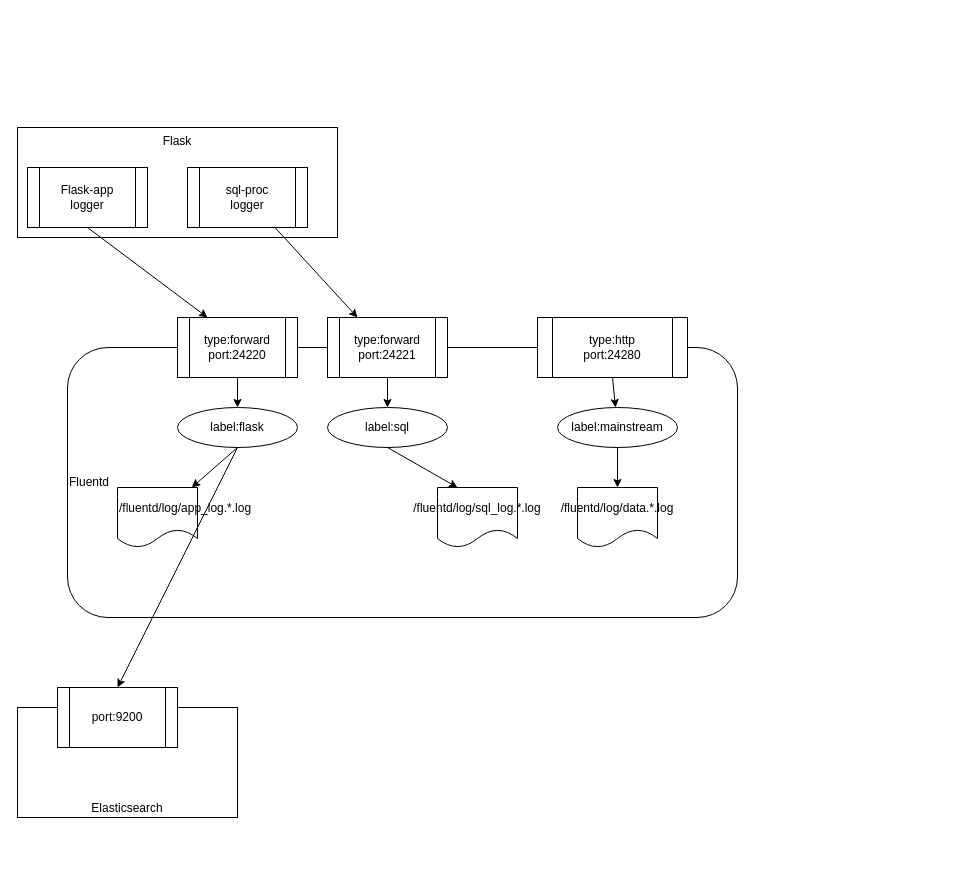
Above: page "MonitoringArchitecture" (2 of 2) of basic_system.drawio in kayaru28/drawio (draw.io), before the change. Source tidied: cells renumbered, new cells numbered last; positions are measured from the earlier drawing's top-left corner, leaving out a move shared by most shapes. Both pictures are drawn from the tidied source at 100%, with x=0, y=0 at pixel (17, 127).
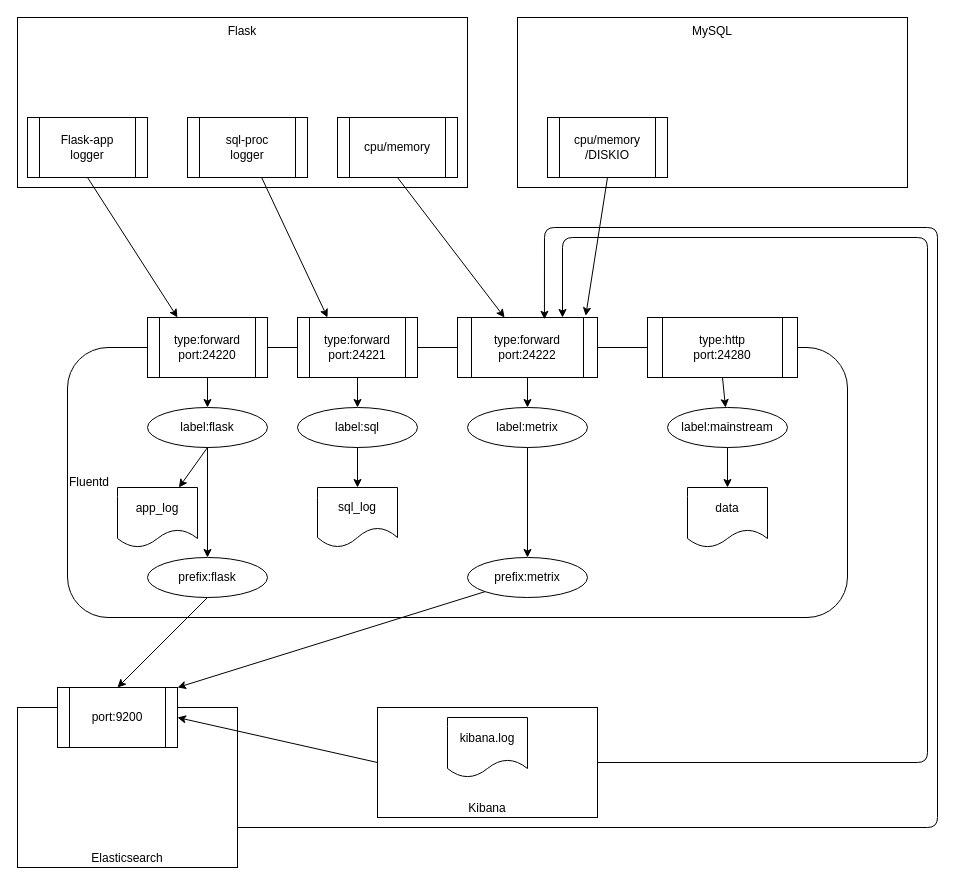
After the change.

The change refers to these unchanged cells:
```xml
<mxCell id="24" value="&lt;div&gt;port:9200&lt;/div&gt;" style="shape=process;whiteSpace=wrap;html=1;backgroundOutline=1;" parent="1" vertex="1">
  <mxGeometry x="40" y="560" width="120" height="60" as="geometry" />
</mxCell>
```

Diff of the diagram source:
```diff
@@
     <mxCell id="2" value="Fluentd" style="rounded=1;whiteSpace=wrap;html=1;align=left;" parent="1" vertex="1">
-      <mxGeometry x="50" y="220" width="670" height="270" as="geometry" />
+      <mxGeometry x="50" y="220" width="780" height="270" as="geometry" />
     </mxCell>
     <mxCell id="3" value="Flask" style="rounded=0;whiteSpace=wrap;html=1;labelPosition=center;verticalLabelPosition=middle;align=center;verticalAlign=top;" parent="1" vertex="1">
-      <mxGeometry width="320" height="110" as="geometry" />
+      <mxGeometry y="-110" width="450" height="170" as="geometry" />
     </mxCell>
     <mxCell id="4" value="&lt;div&gt;Flask-app&lt;/div&gt;&lt;div&gt;logger&lt;br&gt;&lt;/div&gt;" style="shape=process;whiteSpace=wrap;html=1;backgroundOutline=1;" parent="1" vertex="1">
-      <mxGeometry x="10" y="40" width="120" height="60" as="geometry" />
+      <mxGeometry x="10" y="-10" width="120" height="60" as="geometry" />
     </mxCell>
     <mxCell id="5" value="&lt;div&gt;type:forward&lt;/div&gt;&lt;div&gt;port:24220&lt;/div&gt;" style="shape=process;whiteSpace=wrap;html=1;backgroundOutline=1;" parent="1" vertex="1">
-      <mxGeometry x="160" y="190" width="120" height="60" as="geometry" />
+      <mxGeometry x="130" y="190" width="120" height="60" as="geometry" />
     </mxCell>
     <mxCell id="6" value="&lt;div&gt;type:forward&lt;/div&gt;&lt;div&gt;port:24221&lt;/div&gt;" style="shape=process;whiteSpace=wrap;html=1;backgroundOutline=1;" parent="1" vertex="1">
-      <mxGeometry x="310" y="190" width="120" height="60" as="geometry" />
+      <mxGeometry x="280" y="190" width="120" height="60" as="geometry" />
     </mxCell>
     <mxCell id="7" value="&lt;div&gt;sql-proc&lt;/div&gt;&lt;div&gt;logger&lt;br&gt;&lt;/div&gt;" style="shape=process;whiteSpace=wrap;html=1;backgroundOutline=1;" parent="1" vertex="1">
-      <mxGeometry x="170" y="40" width="120" height="60" as="geometry" />
+      <mxGeometry x="170" y="-10" width="120" height="60" as="geometry" />
     </mxCell>
@@
     <mxCell id="10" value="&lt;div&gt;type:http&lt;/div&gt;&lt;div&gt;port:24280&lt;/div&gt;" style="shape=process;whiteSpace=wrap;html=1;backgroundOutline=1;" parent="1" vertex="1">
-      <mxGeometry x="520" y="190" width="150" height="60" as="geometry" />
+      <mxGeometry x="630" y="190" width="150" height="60" as="geometry" />
     </mxCell>
     <mxCell id="11" value="label:flask" style="ellipse;whiteSpace=wrap;html=1;align=center;" parent="1" vertex="1">
-      <mxGeometry x="160" y="280" width="120" height="40" as="geometry" />
+      <mxGeometry x="130" y="280" width="120" height="40" as="geometry" />
     </mxCell>
     <mxCell id="12" value="label:sql" style="ellipse;whiteSpace=wrap;html=1;align=center;" parent="1" vertex="1">
-      <mxGeometry x="310" y="280" width="120" height="40" as="geometry" />
+      <mxGeometry x="280" y="280" width="120" height="40" as="geometry" />
     </mxCell>
     <mxCell id="13" value="label:mainstream" style="ellipse;whiteSpace=wrap;html=1;align=center;" parent="1" vertex="1">
-      <mxGeometry x="540" y="280" width="120" height="40" as="geometry" />
+      <mxGeometry x="650" y="280" width="120" height="40" as="geometry" />
     </mxCell>
@@
-    <mxCell id="17" value="&lt;div align=&quot;left&quot;&gt;/fluentd/log/app_log.*.log&lt;/div&gt;" style="shape=document;whiteSpace=wrap;html=1;boundedLbl=1;align=left;" parent="1" vertex="1">
+    <mxCell id="17" value="&lt;div&gt;app_log&lt;/div&gt;" style="shape=document;whiteSpace=wrap;html=1;boundedLbl=1;align=center;" parent="1" vertex="1">
       <mxGeometry x="100" y="360" width="80" height="60" as="geometry" />
     </mxCell>
@@
-    <mxCell id="19" value="/fluentd/log/sql_log.*.log" style="shape=document;whiteSpace=wrap;html=1;boundedLbl=1;align=center;" parent="1" vertex="1">
-      <mxGeometry x="420" y="360" width="80" height="60" as="geometry" />
+    <mxCell id="19" value="sql_log" style="shape=document;whiteSpace=wrap;html=1;boundedLbl=1;align=center;size=0.3333333333333333;" parent="1" vertex="1">
+      <mxGeometry x="300" y="360" width="80" height="60" as="geometry" />
     </mxCell>
-    <mxCell id="20" value="/fluentd/log/data.*.log" style="shape=document;whiteSpace=wrap;html=1;boundedLbl=1;align=center;" parent="1" vertex="1">
-      <mxGeometry x="560" y="360" width="80" height="60" as="geometry" />
+    <mxCell id="20" value="data" style="shape=document;whiteSpace=wrap;html=1;boundedLbl=1;align=center;" parent="1" vertex="1">
+      <mxGeometry x="670" y="360" width="80" height="60" as="geometry" />
     </mxCell>
-    <mxCell id="21" style="endArrow=classic;html=1;entryX=0.25;entryY=0;entryDx=0;entryDy=0;exitX=0.5;exitY=1;exitDx=0;exitDy=0;" parent="1" edge="1" source="12" target="19">
+    <mxCell id="21" style="endArrow=classic;html=1;entryX=0.5;entryY=0;entryDx=0;entryDy=0;exitX=0.5;exitY=1;exitDx=0;exitDy=0;" parent="1" edge="1" source="12" target="19">
       <mxGeometry relative="1" as="geometry" />
     </mxCell>
@@
     <mxCell id="23" value="Elasticsearch" style="rounded=0;whiteSpace=wrap;html=1;labelPosition=center;verticalLabelPosition=middle;align=center;verticalAlign=bottom;" parent="1" vertex="1">
-      <mxGeometry y="580" width="220" height="110" as="geometry" />
+      <mxGeometry y="580" width="220" height="160" as="geometry" />
     </mxCell>
@@
-    <mxCell id="25" style="endArrow=classic;html=1;exitX=0.5;exitY=1;exitDx=0;exitDy=0;entryX=0.5;entryY=0;entryDx=0;entryDy=0;" parent="1" edge="1" source="11" target="24">
+    <mxCell id="25" style="endArrow=classic;html=1;exitX=0.5;exitY=1;exitDx=0;exitDy=0;" parent="1" edge="1" source="11" target="37">
       <mxGeometry relative="1" as="geometry" />
     </mxCell>
+    <mxCell id="26" value="Kibana" style="rounded=0;whiteSpace=wrap;html=1;labelPosition=center;verticalLabelPosition=middle;align=center;verticalAlign=bottom;" parent="1" vertex="1">
+      <mxGeometry x="360" y="580" width="220" height="110" as="geometry" />
+    </mxCell>
+    <mxCell id="27" style="endArrow=classic;html=1;exitX=0;exitY=0.5;exitDx=0;exitDy=0;entryX=1;entryY=0.5;entryDx=0;entryDy=0;" parent="1" edge="1" source="26" target="24">
+      <mxGeometry relative="1" as="geometry" />
+    </mxCell>
+    <mxCell id="28" value="kibana.log" style="shape=document;whiteSpace=wrap;html=1;boundedLbl=1;align=center;" parent="1" vertex="1">
+      <mxGeometry x="430" y="590" width="80" height="60" as="geometry" />
+    </mxCell>
+    <mxCell id="29" value="cpu/memory" style="shape=process;whiteSpace=wrap;html=1;backgroundOutline=1;" parent="1" vertex="1">
+      <mxGeometry x="320" y="-10" width="120" height="60" as="geometry" />
+    </mxCell>
+    <mxCell id="30" value="type:forward&lt;br&gt;port:24222" style="shape=process;backgroundOutline=1;whiteSpace=wrap;html=1;" parent="1" vertex="1">
+      <mxGeometry x="440" y="190" width="140" height="60" as="geometry" />
+    </mxCell>
+    <mxCell id="31" style="endArrow=classic;html=1;exitX=0.5;exitY=1;exitDx=0;exitDy=0;" parent="1" edge="1" source="29" target="30">
+      <mxGeometry relative="1" as="geometry" />
+    </mxCell>
+    <mxCell id="32" value="&lt;div&gt;label:metrix&lt;br&gt;&lt;/div&gt;" style="ellipse;whiteSpace=wrap;html=1;align=center;" parent="1" vertex="1">
+      <mxGeometry x="450" y="280" width="120" height="40" as="geometry" />
+    </mxCell>
+    <mxCell id="33" style="endArrow=classic;html=1;" parent="1" edge="1" source="30" target="32">
+      <mxGeometry relative="1" as="geometry" />
+    </mxCell>
+    <mxCell id="34" style="endArrow=classic;html=1;entryX=1;entryY=0;entryDx=0;entryDy=0;exitX=0;exitY=1;exitDx=0;exitDy=0;" parent="1" edge="1" source="39" target="24">
+      <mxGeometry relative="1" as="geometry" />
+    </mxCell>
+    <mxCell id="35" style="endArrow=classic;html=1;exitX=1;exitY=0.5;exitDx=0;exitDy=0;entryX=0.75;entryY=0;entryDx=0;entryDy=0;" parent="1" edge="1" source="26" target="30">
+      <mxGeometry relative="1" as="geometry">
+        <Array as="points">
+          <mxPoint x="910" y="635" />
+          <mxPoint x="910" y="110" />
+          <mxPoint x="545" y="110" />
+        </Array>
+      </mxGeometry>
+    </mxCell>
+    <mxCell id="36" style="endArrow=classic;html=1;exitX=1;exitY=0.75;exitDx=0;exitDy=0;entryX=0.621;entryY=0.03;entryDx=0;entryDy=0;entryPerimeter=0;" parent="1" edge="1" source="23" target="30">
+      <mxGeometry relative="1" as="geometry">
+        <Array as="points">
+          <mxPoint x="920" y="700" />
+          <mxPoint x="920" y="100" />
+          <mxPoint x="527" y="100" />
+        </Array>
+      </mxGeometry>
+    </mxCell>
+    <mxCell id="37" value="prefix:flask" style="ellipse;whiteSpace=wrap;html=1;align=center;" parent="1" vertex="1">
+      <mxGeometry x="130" y="430" width="120" height="40" as="geometry" />
+    </mxCell>
+    <mxCell id="38" style="endArrow=classic;html=1;exitX=0.5;exitY=1;exitDx=0;exitDy=0;entryX=0.5;entryY=0;entryDx=0;entryDy=0;" parent="1" edge="1" source="37" target="24">
+      <mxGeometry relative="1" as="geometry" />
+    </mxCell>
+    <mxCell id="39" value="&lt;div&gt;prefix:metrix&lt;/div&gt;" style="ellipse;whiteSpace=wrap;html=1;align=center;" parent="1" vertex="1">
+      <mxGeometry x="450" y="430" width="120" height="40" as="geometry" />
+    </mxCell>
+    <mxCell id="40" style="endArrow=classic;html=1;" parent="1" edge="1" target="39">
+      <mxGeometry relative="1" as="geometry">
+        <mxPoint x="510" y="320" as="sourcePoint" />
+      </mxGeometry>
+    </mxCell>
+    <mxCell id="41" value="MySQL" style="rounded=0;whiteSpace=wrap;html=1;labelPosition=center;verticalLabelPosition=middle;align=center;verticalAlign=top;" parent="1" vertex="1">
+      <mxGeometry x="500" y="-110" width="390" height="170" as="geometry" />
+    </mxCell>
+    <mxCell id="42" value="&lt;div&gt;cpu/memory&lt;/div&gt;&lt;div&gt;/DISKIO&lt;br&gt;&lt;/div&gt;" style="shape=process;whiteSpace=wrap;html=1;backgroundOutline=1;" parent="1" vertex="1">
+      <mxGeometry x="530" y="-10" width="120" height="60" as="geometry" />
+    </mxCell>
+    <mxCell id="43" style="endArrow=classic;html=1;exitX=0.5;exitY=1;exitDx=0;exitDy=0;entryX=0.916;entryY=-0.028;entryDx=0;entryDy=0;entryPerimeter=0;" parent="1" edge="1" source="42" target="30">
+      <mxGeometry relative="1" as="geometry" />
+    </mxCell>
```
